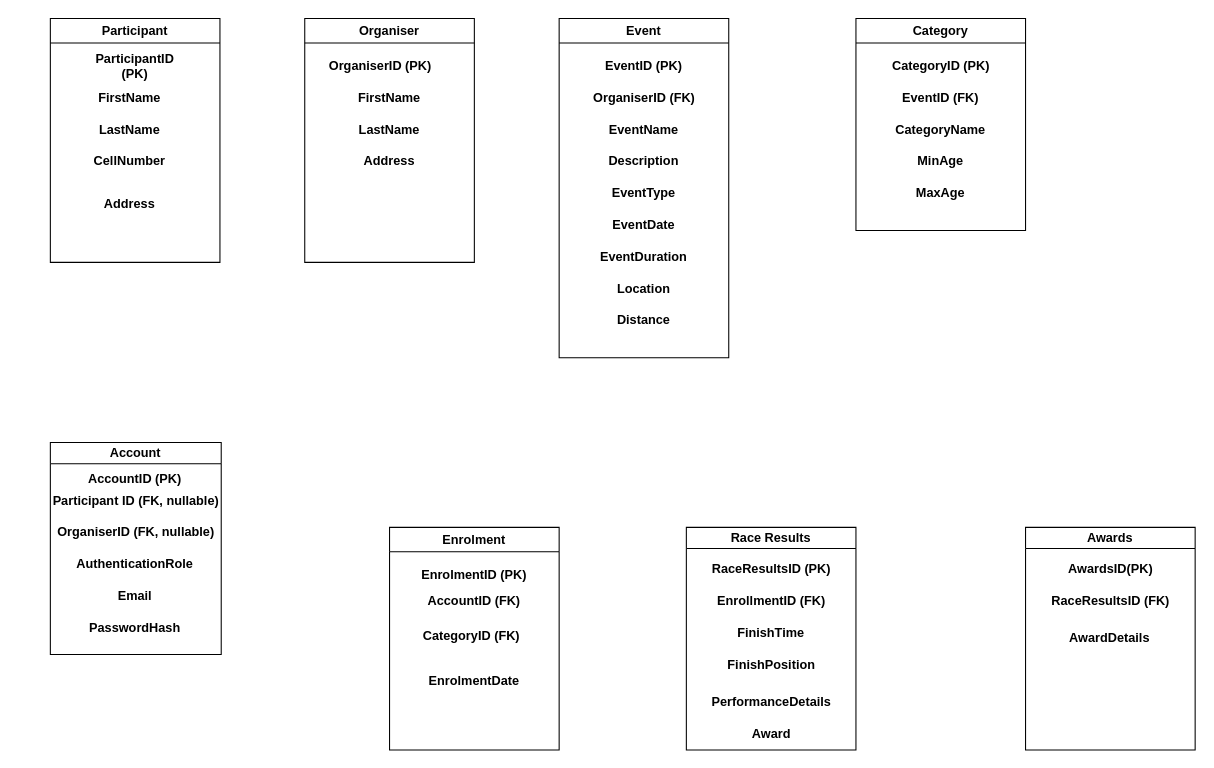
Earlier version of the draw.io diagram RaceDay_ERD.drawio (Mque-hub/Prog6212w_POE). Source tidied: cells renumbered, new cells numbered last; positions are measured from the earlier drawing's top-left corner, leaving out a move shared by most shapes. Both pictures are drawn from the tidied source at 106%, with x=0, y=0 at pixel (50, 18).
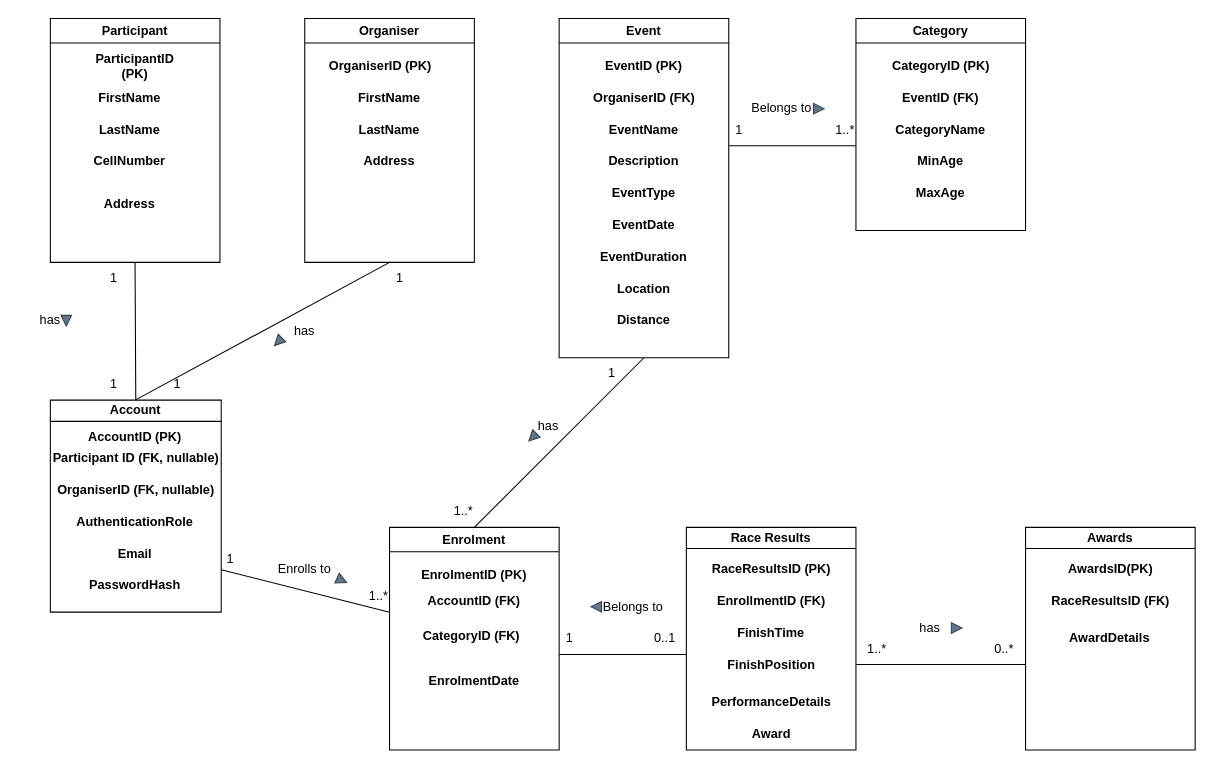
The same page after the edit.

Commit message:
feat: Added cardinality to RaceDay ERD

The change refers to these unchanged cells:
```xml
<mxCell id="23" value="Category" style="swimlane;whiteSpace=wrap;html=1;" parent="1" vertex="1">
  <mxGeometry x="760" width="160" height="200" as="geometry" />
</mxCell>
```

Change to the diagram source:
```diff
@@
+    <mxCell id="52" value="1..*" style="text;html=1;whiteSpace=wrap;strokeColor=none;fillColor=none;align=center;verticalAlign=middle;rounded=0;" parent="23" vertex="1">
+      <mxGeometry x="-40" y="90" width="60" height="30" as="geometry" />
+    </mxCell>
     <mxCell id="29" value="Account" style="swimlane;whiteSpace=wrap;html=1;startSize=20;" parent="1" vertex="1">
-      <mxGeometry y="400" width="161.2" height="200" as="geometry" />
+      <mxGeometry y="360" width="161.2" height="200" as="geometry" />
     </mxCell>
@@
+    <mxCell id="53" value="has" style="text;html=1;whiteSpace=wrap;strokeColor=none;fillColor=none;align=center;verticalAlign=middle;rounded=0;" parent="1" vertex="1">
+      <mxGeometry x="-30" y="270" width="60" height="30" as="geometry" />
+    </mxCell>
+    <mxCell id="54" value="&lt;div&gt;&lt;br/&gt;&lt;/div&gt;" style="triangle;whiteSpace=wrap;html=1;shapeInside=1;rotation=90;fillColor=#647687;fontColor=#ffffff;strokeColor=#314354;" parent="1" vertex="1">
+      <mxGeometry x="10" y="280" width="10" height="10" as="geometry" />
+    </mxCell>
+    <mxCell id="55" value="1" style="text;html=1;whiteSpace=wrap;strokeColor=none;fillColor=none;align=center;verticalAlign=middle;rounded=0;" parent="1" vertex="1">
+      <mxGeometry x="30" y="230" width="60" height="30" as="geometry" />
+    </mxCell>
+    <mxCell id="56" style="endArrow=none;html=1;rounded=0;entryX=0.5;entryY=1;entryDx=0;entryDy=0;exitX=0.5;exitY=0;exitDx=0;exitDy=0;" parent="1" edge="1" source="29">
+      <mxGeometry relative="1" as="geometry">
+        <mxPoint x="79.9" y="230" as="targetPoint" />
+      </mxGeometry>
+    </mxCell>
+    <mxCell id="57" value="1" style="text;html=1;whiteSpace=wrap;strokeColor=none;fillColor=none;align=center;verticalAlign=middle;rounded=0;" parent="1" vertex="1">
+      <mxGeometry x="30" y="330" width="60" height="30" as="geometry" />
+    </mxCell>
+    <mxCell id="58" style="endArrow=none;html=1;rounded=0;" parent="1" edge="1">
+      <mxGeometry relative="1" as="geometry">
+        <mxPoint x="80" y="360" as="sourcePoint" />
+        <mxPoint x="320" y="230" as="targetPoint" />
+      </mxGeometry>
+    </mxCell>
+    <mxCell id="59" value="has" style="text;html=1;whiteSpace=wrap;strokeColor=none;fillColor=none;align=center;verticalAlign=middle;rounded=0;" parent="1" vertex="1">
+      <mxGeometry x="210" y="280" width="60" height="30" as="geometry" />
+    </mxCell>
+    <mxCell id="60" value="&lt;div&gt;&lt;br/&gt;&lt;/div&gt;" style="triangle;whiteSpace=wrap;html=1;shapeInside=1;rotation=-225;fillColor=#647687;fontColor=#ffffff;strokeColor=#314354;" parent="1" vertex="1">
+      <mxGeometry x="210" y="300" width="10" height="10" as="geometry" />
+    </mxCell>
+    <mxCell id="61" value="1" style="text;html=1;whiteSpace=wrap;strokeColor=none;fillColor=none;align=center;verticalAlign=middle;rounded=0;" parent="1" vertex="1">
+      <mxGeometry x="300" y="230" width="60" height="30" as="geometry" />
+    </mxCell>
+    <mxCell id="62" value="1" style="text;html=1;whiteSpace=wrap;strokeColor=none;fillColor=none;align=center;verticalAlign=middle;rounded=0;" parent="1" vertex="1">
+      <mxGeometry x="90" y="330" width="60" height="30" as="geometry" />
+    </mxCell>
+    <mxCell id="63" style="endArrow=none;html=1;rounded=0;" parent="1" edge="1">
+      <mxGeometry relative="1" as="geometry">
+        <mxPoint x="161.2" y="520" as="sourcePoint" />
+        <mxPoint x="320" y="560" as="targetPoint" />
+      </mxGeometry>
+    </mxCell>
+    <mxCell id="64" value="Enrolls to" style="text;html=1;whiteSpace=wrap;strokeColor=none;fillColor=none;align=center;verticalAlign=middle;rounded=0;" parent="1" vertex="1">
+      <mxGeometry x="210" y="505" width="60" height="30" as="geometry" />
+    </mxCell>
+    <mxCell id="65" value="&lt;div&gt;&lt;br/&gt;&lt;/div&gt;" style="triangle;whiteSpace=wrap;html=1;shapeInside=1;rotation=25;fillColor=#647687;fontColor=#ffffff;strokeColor=#314354;" parent="1" vertex="1">
+      <mxGeometry x="270" y="525" width="10" height="10" as="geometry" />
+    </mxCell>
+    <mxCell id="66" value="1" style="text;html=1;whiteSpace=wrap;strokeColor=none;fillColor=none;align=center;verticalAlign=middle;rounded=0;" parent="1" vertex="1">
+      <mxGeometry x="140" y="495" width="60" height="30" as="geometry" />
+    </mxCell>
+    <mxCell id="67" value="1..*" style="text;html=1;whiteSpace=wrap;strokeColor=none;fillColor=none;align=center;verticalAlign=middle;rounded=0;" parent="1" vertex="1">
+      <mxGeometry x="280" y="530" width="60" height="30" as="geometry" />
+    </mxCell>
+    <mxCell id="68" style="endArrow=none;html=1;rounded=0;exitX=0.5;exitY=0;exitDx=0;exitDy=0;" parent="1" edge="1">
+      <mxGeometry relative="1" as="geometry">
+        <mxPoint x="400" y="480" as="sourcePoint" />
+        <mxPoint x="560" y="320" as="targetPoint" />
+      </mxGeometry>
+    </mxCell>
+    <mxCell id="69" value="1" style="text;html=1;whiteSpace=wrap;strokeColor=none;fillColor=none;align=center;verticalAlign=middle;rounded=0;" parent="1" vertex="1">
+      <mxGeometry x="500" y="320" width="60" height="30" as="geometry" />
+    </mxCell>
+    <mxCell id="70" value="1..*" style="text;html=1;whiteSpace=wrap;strokeColor=none;fillColor=none;align=center;verticalAlign=middle;rounded=0;" parent="1" vertex="1">
+      <mxGeometry x="360" y="450" width="60" height="30" as="geometry" />
+    </mxCell>
+    <mxCell id="71" value="&lt;div&gt;&lt;br/&gt;&lt;/div&gt;" style="triangle;whiteSpace=wrap;html=1;shapeInside=1;rotation=-225;fillColor=#647687;fontColor=#ffffff;strokeColor=#314354;" parent="1" vertex="1">
+      <mxGeometry x="450" y="390" width="10" height="10" as="geometry" />
+    </mxCell>
+    <mxCell id="72" value="has" style="text;html=1;whiteSpace=wrap;strokeColor=none;fillColor=none;align=center;verticalAlign=middle;rounded=0;" parent="1" vertex="1">
+      <mxGeometry x="440" y="370" width="60" height="30" as="geometry" />
+    </mxCell>
+    <mxCell id="73" style="endArrow=none;html=1;rounded=0;" parent="1" edge="1">
+      <mxGeometry relative="1" as="geometry">
+        <mxPoint x="640" y="120" as="sourcePoint" />
+        <mxPoint x="760" y="120" as="targetPoint" />
+      </mxGeometry>
+    </mxCell>
+    <mxCell id="74" value="1" style="text;html=1;whiteSpace=wrap;strokeColor=none;fillColor=none;align=center;verticalAlign=middle;rounded=0;" parent="1" vertex="1">
+      <mxGeometry x="620" y="90" width="60" height="30" as="geometry" />
+    </mxCell>
+    <mxCell id="75" value="Belongs to" style="text;html=1;whiteSpace=wrap;strokeColor=none;fillColor=none;align=center;verticalAlign=middle;rounded=0;" parent="1" vertex="1">
+      <mxGeometry x="660" y="70" width="60" height="30" as="geometry" />
+    </mxCell>
+    <mxCell id="76" value="&lt;div&gt;&lt;br/&gt;&lt;/div&gt;" style="triangle;whiteSpace=wrap;html=1;shapeInside=1;rotation=0;fillColor=#647687;fontColor=#ffffff;strokeColor=#314354;" parent="1" vertex="1">
+      <mxGeometry x="720" y="80" width="10" height="10" as="geometry" />
+    </mxCell>
+    <mxCell id="77" style="endArrow=none;html=1;rounded=0;" parent="1" edge="1">
+      <mxGeometry relative="1" as="geometry">
+        <mxPoint x="480" y="600" as="sourcePoint" />
+        <mxPoint x="600" y="600" as="targetPoint" />
+      </mxGeometry>
+    </mxCell>
+    <mxCell id="78" value="1" style="text;html=1;whiteSpace=wrap;strokeColor=none;fillColor=none;align=center;verticalAlign=middle;rounded=0;" parent="1" vertex="1">
+      <mxGeometry x="460" y="570" width="60" height="30" as="geometry" />
+    </mxCell>
+    <mxCell id="79" value="0..1" style="text;html=1;whiteSpace=wrap;strokeColor=none;fillColor=none;align=center;verticalAlign=middle;rounded=0;" parent="1" vertex="1">
+      <mxGeometry x="550" y="570" width="60" height="30" as="geometry" />
+    </mxCell>
+    <mxCell id="80" value="Belongs to" style="text;html=1;whiteSpace=wrap;strokeColor=none;fillColor=none;align=center;verticalAlign=middle;rounded=0;" parent="1" vertex="1">
+      <mxGeometry x="520" y="540" width="60" height="30" as="geometry" />
+    </mxCell>
+    <mxCell id="81" value="&lt;div&gt;&lt;br/&gt;&lt;/div&gt;" style="triangle;whiteSpace=wrap;html=1;shapeInside=1;rotation=-180;fillColor=#647687;fontColor=#ffffff;strokeColor=#314354;" parent="1" vertex="1">
+      <mxGeometry x="510" y="550" width="10" height="10" as="geometry" />
+    </mxCell>
+    <mxCell id="82" value="1..*" style="text;html=1;whiteSpace=wrap;strokeColor=none;fillColor=none;align=center;verticalAlign=middle;rounded=0;" parent="1" vertex="1">
+      <mxGeometry x="750" y="580" width="60" height="30" as="geometry" />
+    </mxCell>
+    <mxCell id="83" value="0..*" style="text;html=1;whiteSpace=wrap;strokeColor=none;fillColor=none;align=center;verticalAlign=middle;rounded=0;" parent="1" vertex="1">
+      <mxGeometry x="870" y="580" width="60" height="30" as="geometry" />
+    </mxCell>
+    <mxCell id="84" style="endArrow=none;html=1;rounded=0;" parent="1" edge="1">
+      <mxGeometry relative="1" as="geometry">
+        <mxPoint x="760" y="609.4" as="sourcePoint" />
+        <mxPoint x="920" y="609.4" as="targetPoint" />
+      </mxGeometry>
+    </mxCell>
+    <mxCell id="85" value="has" style="text;html=1;whiteSpace=wrap;strokeColor=none;fillColor=none;align=center;verticalAlign=middle;rounded=0;" parent="1" vertex="1">
+      <mxGeometry x="800" y="560" width="60" height="30" as="geometry" />
+    </mxCell>
+    <mxCell id="86" value="&lt;div&gt;&lt;br/&gt;&lt;/div&gt;" style="triangle;whiteSpace=wrap;html=1;shapeInside=1;rotation=0;fillColor=#647687;fontColor=#ffffff;strokeColor=#314354;" parent="1" vertex="1">
+      <mxGeometry x="850" y="570" width="10" height="10" as="geometry" />
+    </mxCell>
```
